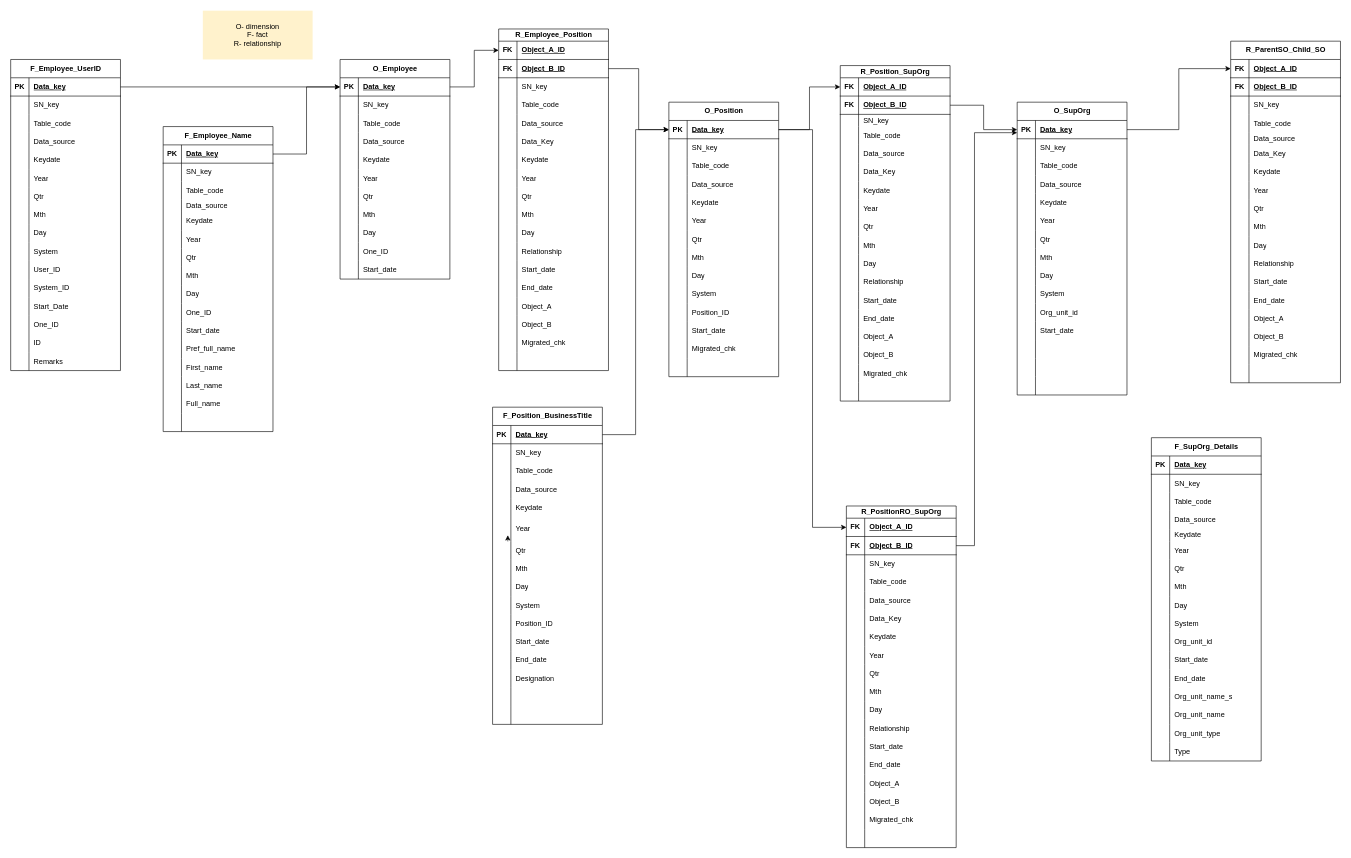
Above: HRA_ERD_Phase2A.drawio in suphineneo/ERD_diagrams (draw.io), before the change. Source tidied: cells renumbered, new cells numbered last; positions are measured from the earlier drawing's top-left corner, leaving out a move shared by most shapes. Both pictures are drawn from the tidied source at 61%, with x=0, y=0 at pixel (10, 10).
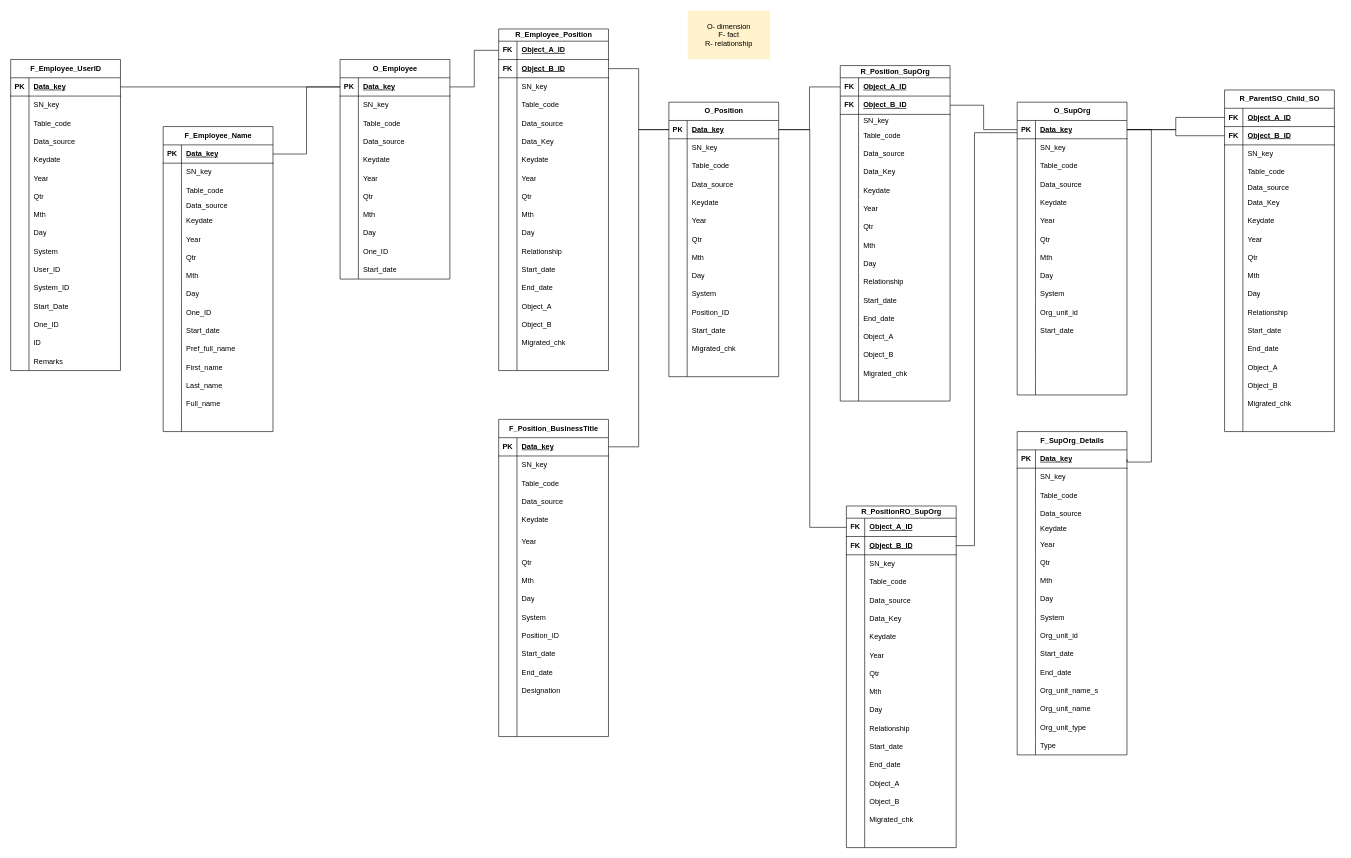
The same diagram, later.

The change refers to these unchanged cells:
```xml
<mxCell id="3" style="shape=tableRow;horizontal=0;startSize=0;swimlaneHead=0;swimlaneBody=0;fillColor=none;points=[[0,0.5],[1,0.5]];portConstraint=eastwest;top=0;left=0;right=0;bottom=1;" parent="2" vertex="1">
  <mxGeometry y="30" width="180" height="30" as="geometry" />
</mxCell>
<mxCell id="37" style="shape=tableRow;horizontal=0;startSize=0;swimlaneHead=0;swimlaneBody=0;fillColor=none;points=[[0,0.5],[1,0.5]];portConstraint=eastwest;top=0;left=0;right=0;bottom=1;" parent="36" vertex="1">
  <mxGeometry y="30" width="180" height="30" as="geometry" />
</mxCell>
<mxCell id="87" style="shape=tableRow;horizontal=0;startSize=0;swimlaneHead=0;swimlaneBody=0;fillColor=none;points=[[0,0.5],[1,0.5]];portConstraint=eastwest;top=0;left=0;right=0;bottom=1;" parent="86" vertex="1">
  <mxGeometry y="30" width="180" height="30" as="geometry" />
</mxCell>
<mxCell id="136" style="shape=tableRow;horizontal=0;startSize=0;swimlaneHead=0;swimlaneBody=0;fillColor=none;points=[[0,0.5],[1,0.5]];portConstraint=eastwest;top=0;left=0;right=0;bottom=1;" parent="135" vertex="1">
  <mxGeometry y="30" width="180" height="30" as="geometry" />
</mxCell>
<mxCell id="154" style="shape=tableRow;horizontal=0;startSize=0;swimlaneHead=0;swimlaneBody=0;fillColor=none;top=0;left=0;right=0;bottom=0;" parent="135" vertex="1">
  <mxGeometry y="220" width="180" height="30" as="geometry" />
</mxCell>
<mxCell id="185" style="shape=tableRow;horizontal=0;startSize=0;swimlaneHead=0;swimlaneBody=0;fillColor=none;points=[[0,0.5],[1,0.5]];portConstraint=eastwest;top=0;left=0;right=0;bottom=1;" parent="184" vertex="1">
  <mxGeometry y="30" width="180" height="30" as="geometry" />
</mxCell>
<mxCell id="228" style="shape=tableRow;horizontal=0;startSize=0;swimlaneHead=0;swimlaneBody=0;fillColor=none;points=[[0,0.5],[1,0.5]];portConstraint=eastwest;top=0;left=0;right=0;bottom=1;" parent="227" vertex="1">
  <mxGeometry y="30" width="180" height="30" as="geometry" />
</mxCell>
<mxCell id="274" style="shape=tableRow;horizontal=0;startSize=0;swimlaneHead=0;swimlaneBody=0;fillColor=none;points=[[0,0.5],[1,0.5]];portConstraint=eastwest;top=0;left=0;right=0;bottom=1;" parent="273" vertex="1">
  <mxGeometry y="30" width="180" height="30" as="geometry" />
</mxCell>
<mxCell id="326" style="shape=tableRow;horizontal=0;startSize=0;swimlaneHead=0;swimlaneBody=0;fillColor=none;points=[[0,0.5],[1,0.5]];portConstraint=eastwest;top=0;left=0;right=0;bottom=1;" parent="325" vertex="1">
  <mxGeometry y="20" width="180" height="30" as="geometry" />
</mxCell>
<mxCell id="329" style="shape=tableRow;horizontal=0;startSize=0;swimlaneHead=0;swimlaneBody=0;fillColor=none;points=[[0,0.5],[1,0.5]];portConstraint=eastwest;top=0;left=0;right=0;bottom=1;" parent="325" vertex="1">
  <mxGeometry y="50" width="180" height="30" as="geometry" />
</mxCell>
<mxCell id="381" style="shape=tableRow;horizontal=0;startSize=0;swimlaneHead=0;swimlaneBody=0;fillColor=none;points=[[0,0.5],[1,0.5]];portConstraint=eastwest;top=0;left=0;right=0;bottom=1;" parent="380" vertex="1">
  <mxGeometry y="20" width="180" height="30" as="geometry" />
</mxCell>
<mxCell id="384" style="shape=tableRow;horizontal=0;startSize=0;swimlaneHead=0;swimlaneBody=0;fillColor=none;points=[[0,0.5],[1,0.5]];portConstraint=eastwest;top=0;left=0;right=0;bottom=1;" parent="380" vertex="1">
  <mxGeometry y="50" width="180" height="30" as="geometry" />
</mxCell>
<mxCell id="436" style="shape=tableRow;horizontal=0;startSize=0;swimlaneHead=0;swimlaneBody=0;fillColor=none;points=[[0,0.5],[1,0.5]];portConstraint=eastwest;top=0;left=0;right=0;bottom=1;" parent="435" vertex="1">
  <mxGeometry y="30" width="180" height="30" as="geometry" />
</mxCell>
<mxCell id="439" style="shape=tableRow;horizontal=0;startSize=0;swimlaneHead=0;swimlaneBody=0;fillColor=none;points=[[0,0.5],[1,0.5]];portConstraint=eastwest;top=0;left=0;right=0;bottom=1;" parent="435" vertex="1">
  <mxGeometry y="60" width="180" height="30" as="geometry" />
</mxCell>
<mxCell id="497" style="shape=tableRow;horizontal=0;startSize=0;swimlaneHead=0;swimlaneBody=0;fillColor=none;points=[[0,0.5],[1,0.5]];portConstraint=eastwest;top=0;left=0;right=0;bottom=1;" parent="496" vertex="1">
  <mxGeometry y="20" width="180" height="30" as="geometry" />
</mxCell>
<mxCell id="500" style="shape=tableRow;horizontal=0;startSize=0;swimlaneHead=0;swimlaneBody=0;fillColor=none;points=[[0,0.5],[1,0.5]];portConstraint=eastwest;top=0;left=0;right=0;bottom=1;" parent="496" vertex="1">
  <mxGeometry y="50" width="180" height="30" as="geometry" />
</mxCell>
```

Change to the diagram source:
```diff
@@
-    <mxCell id="85" style="edgeStyle=orthogonalEdgeStyle;rounded=0;orthogonalLoop=1;jettySize=auto;html=1;exitX=0.5;exitY=1;exitDx=0;exitDy=0;entryX=0.5;entryY=0.978;entryDx=0;entryDy=0;entryPerimeter=0;" parent="1" edge="1">
-      <mxGeometry relative="1" as="geometry">
-        <mxPoint x="815" y="870" as="sourcePoint" />
-        <mxPoint x="815" y="859.9" as="targetPoint" />
-      </mxGeometry>
-    </mxCell>
@@
     <mxCell id="135" value="F_Position_BusinessTitle" style="shape=table;startSize=30;childLayout=tableLayout;rowLines=0;fontStyle=1;align=center;html=1;" parent="1" vertex="1">
-      <mxGeometry x="790" y="650" width="180" height="520" as="geometry" />
+      <mxGeometry x="800" y="670" width="180" height="520" as="geometry" />
     </mxCell>
@@
-    <mxCell id="155" style="shape=partialRectangle;fillColor=none;top=0;left=0;bottom=0;right=0;overflow=hidden;whiteSpace=wrap;html=1;" parent="154" vertex="1">
+    <mxCell id="155" style="shape=partialRectangle;fillColor=none;top=0;left=0;bottom=0;right=0;overflow=hidden;whiteSpace=wrap;html=1;strokeColor=default;" parent="154" vertex="1">
       <mxGeometry width="30" height="30" as="geometry" />
     </mxCell>
@@
     <mxCell id="273" value="F_SupOrg_Details" style="shape=table;startSize=30;childLayout=tableLayout;rowLines=0;fontStyle=1;align=center;html=1;" parent="1" vertex="1">
-      <mxGeometry x="1870" y="700" width="180" height="530" as="geometry" />
+      <mxGeometry x="1650" y="690" width="180" height="530" as="geometry" />
     </mxCell>
@@
     <mxCell id="435" value="R_ParentSO_Child_SO" style="shape=table;startSize=30;childLayout=tableLayout;rowLines=0;fontStyle=1;align=center;html=1;" parent="1" vertex="1">
-      <mxGeometry x="2000" y="50" width="180" height="560" as="geometry" />
+      <mxGeometry x="1990" y="130" width="180" height="560" as="geometry" />
     </mxCell>
@@
     <mxCell id="490" value="&lt;font style=&quot;font-size: 12px;&quot;&gt;O- dimension&lt;/font&gt;&lt;div&gt;&lt;font style=&quot;font-size: 12px;&quot;&gt;F- fact&lt;/font&gt;&lt;/div&gt;&lt;div&gt;&lt;font style=&quot;font-size: 12px;&quot;&gt;R- relationship&lt;/font&gt;&lt;/div&gt;" style="text;strokeColor=none;align=center;fillColor=#FFF2CC;html=1;verticalAlign=middle;whiteSpace=wrap;rounded=0;" parent="1" vertex="1">
-      <mxGeometry x="315" width="180" height="80" as="geometry" />
+      <mxGeometry x="1110" width="135" height="80" as="geometry" />
     </mxCell>
-    <mxCell id="491" style="edgeStyle=orthogonalEdgeStyle;rounded=0;jettySize=auto;html=1;exitX=1;exitY=0.5;exitDx=0;exitDy=0;entryX=0;entryY=0.5;entryDx=0;entryDy=0;" parent="1" edge="1" source="87" target="3">
+    <mxCell id="491" style="edgeStyle=orthogonalEdgeStyle;rounded=0;jettySize=auto;html=1;exitX=1;exitY=0.5;exitDx=0;exitDy=0;entryX=0;entryY=0.5;entryDx=0;entryDy=0;endArrow=none;endFill=0;" parent="1" edge="1" source="87" target="3">
       <mxGeometry relative="1" as="geometry" />
     </mxCell>
-    <mxCell id="492" style="edgeStyle=orthogonalEdgeStyle;rounded=0;jettySize=auto;html=1;" parent="1" edge="1" source="37" target="3">
+    <mxCell id="492" style="edgeStyle=orthogonalEdgeStyle;rounded=0;jettySize=auto;html=1;endArrow=none;endFill=0;" parent="1" edge="1" source="37" target="3">
       <mxGeometry relative="1" as="geometry" />
     </mxCell>
-    <mxCell id="493" style="edgeStyle=orthogonalEdgeStyle;rounded=0;jettySize=auto;html=1;entryX=0;entryY=0.5;entryDx=0;entryDy=0;" parent="1" edge="1" source="3" target="326">
+    <mxCell id="493" style="edgeStyle=orthogonalEdgeStyle;rounded=0;jettySize=auto;html=1;entryX=0;entryY=0.5;entryDx=0;entryDy=0;endArrow=none;endFill=0;" parent="1" edge="1" source="3" target="326">
       <mxGeometry relative="1" as="geometry" />
     </mxCell>
-    <mxCell id="494" style="edgeStyle=orthogonalEdgeStyle;rounded=0;jettySize=auto;html=1;exitX=1;exitY=0.5;exitDx=0;exitDy=0;entryX=0;entryY=0.5;entryDx=0;entryDy=0;" parent="1" edge="1" source="329" target="185">
+    <mxCell id="494" style="edgeStyle=orthogonalEdgeStyle;rounded=0;jettySize=auto;html=1;exitX=1;exitY=0.5;exitDx=0;exitDy=0;entryX=0;entryY=0.5;entryDx=0;entryDy=0;endArrow=none;endFill=0;" parent="1" edge="1" source="329" target="185">
       <mxGeometry relative="1" as="geometry" />
     </mxCell>
-    <mxCell id="495" style="edgeStyle=orthogonalEdgeStyle;rounded=0;jettySize=auto;html=1;" parent="1" edge="1" source="136" target="185">
+    <mxCell id="495" style="edgeStyle=orthogonalEdgeStyle;rounded=0;jettySize=auto;html=1;endArrow=none;endFill=0;" parent="1" edge="1" source="136" target="185">
       <mxGeometry relative="1" as="geometry" />
     </mxCell>
@@
-    <mxCell id="551" style="edgeStyle=orthogonalEdgeStyle;rounded=0;jettySize=auto;html=1;" parent="1" edge="1" source="185" target="497">
-      <mxGeometry relative="1" as="geometry" />
+    <mxCell id="551" style="edgeStyle=orthogonalEdgeStyle;rounded=0;jettySize=auto;html=1;endArrow=none;endFill=0;" parent="1" edge="1" source="185" target="497">
+      <mxGeometry relative="1" as="geometry">
+        <Array as="points">
+          <mxPoint x="1310" y="195" />
+          <mxPoint x="1310" y="847" />
+        </Array>
+      </mxGeometry>
     </mxCell>
-    <mxCell id="552" style="edgeStyle=orthogonalEdgeStyle;rounded=0;jettySize=auto;html=1;exitX=1;exitY=0.5;exitDx=0;exitDy=0;entryX=0;entryY=0.5;entryDx=0;entryDy=0;" parent="1" edge="1" source="384" target="228">
+    <mxCell id="552" style="edgeStyle=orthogonalEdgeStyle;rounded=0;jettySize=auto;html=1;exitX=1;exitY=0.5;exitDx=0;exitDy=0;entryX=0;entryY=0.5;entryDx=0;entryDy=0;endArrow=none;endFill=0;" parent="1" edge="1" source="384" target="228">
       <mxGeometry relative="1" as="geometry" />
     </mxCell>
-    <mxCell id="553" style="edgeStyle=orthogonalEdgeStyle;rounded=0;jettySize=auto;html=1;exitX=1;exitY=0.5;exitDx=0;exitDy=0;" parent="1" edge="1" source="500">
+    <mxCell id="553" style="edgeStyle=orthogonalEdgeStyle;rounded=0;jettySize=auto;html=1;exitX=1;exitY=0.5;exitDx=0;exitDy=0;endArrow=none;endFill=0;" parent="1" edge="1" source="500">
       <mxGeometry relative="1" as="geometry">
         <mxPoint x="1650" y="200" as="targetPoint" />
         <Array as="points">
           <mxPoint x="1580" y="877" />
           <mxPoint x="1580" y="200" />
         </Array>
       </mxGeometry>
     </mxCell>
-    <mxCell id="554" style="edgeStyle=orthogonalEdgeStyle;rounded=0;jettySize=auto;html=1;entryX=0;entryY=0.5;entryDx=0;entryDy=0;" parent="1" edge="1" source="228" target="436">
+    <mxCell id="554" style="edgeStyle=orthogonalEdgeStyle;rounded=0;jettySize=auto;html=1;entryX=0;entryY=0.5;entryDx=0;entryDy=0;endArrow=none;endFill=0;" parent="1" edge="1" source="228" target="436">
       <mxGeometry relative="1" as="geometry" />
     </mxCell>
-    <mxCell id="555" style="edgeStyle=orthogonalEdgeStyle;rounded=0;jettySize=auto;html=1;entryX=0;entryY=0.5;entryDx=0;entryDy=0;" parent="1" edge="1" source="185" target="381">
+    <mxCell id="555" style="edgeStyle=orthogonalEdgeStyle;rounded=0;jettySize=auto;html=1;entryX=0;entryY=0.5;entryDx=0;entryDy=0;endArrow=none;endFill=0;" parent="1" edge="1" source="185" target="381">
       <mxGeometry relative="1" as="geometry" />
     </mxCell>
+    <mxCell id="556" style="edgeStyle=orthogonalEdgeStyle;rounded=0;jettySize=auto;html=1;exitX=1;exitY=0.5;exitDx=0;exitDy=0;entryX=1;entryY=0.5;entryDx=0;entryDy=0;endArrow=none;endFill=0;" parent="1" edge="1" source="228" target="274">
+      <mxGeometry relative="1" as="geometry">
+        <Array as="points">
+          <mxPoint x="1870" y="195" />
+          <mxPoint x="1870" y="740" />
+          <mxPoint x="1830" y="740" />
+        </Array>
+      </mxGeometry>
+    </mxCell>
+    <mxCell id="557" style="edgeStyle=orthogonalEdgeStyle;rounded=0;jettySize=auto;html=1;entryX=1;entryY=0.5;entryDx=0;entryDy=0;endArrow=none;endFill=0;" parent="1" edge="1" source="439" target="228">
+      <mxGeometry relative="1" as="geometry" />
+    </mxCell>
```
